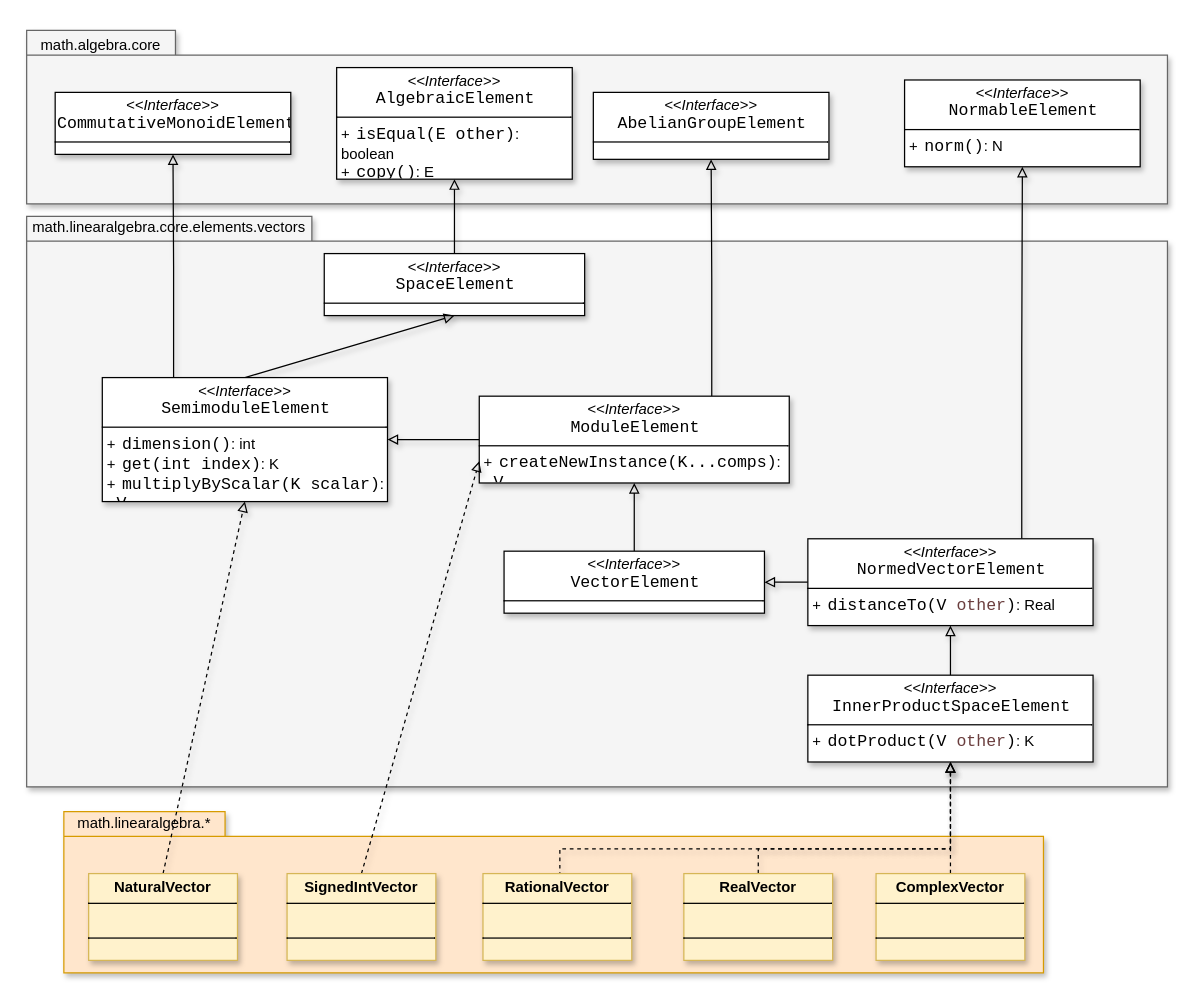
gom9000/SMFN keeps this draw.io diagram as page "linearalgebra-vector-elements" (3 of 5) of resources/SMFN.drawio. Above is the earlier version. Source tidied: cells renumbered, new cells numbered last; positions are measured from the earlier drawing's top-left corner, leaving out a move shared by most shapes. Both pictures are drawn from the tidied source at 124%, with x=0, y=0 at pixel (26, 26).
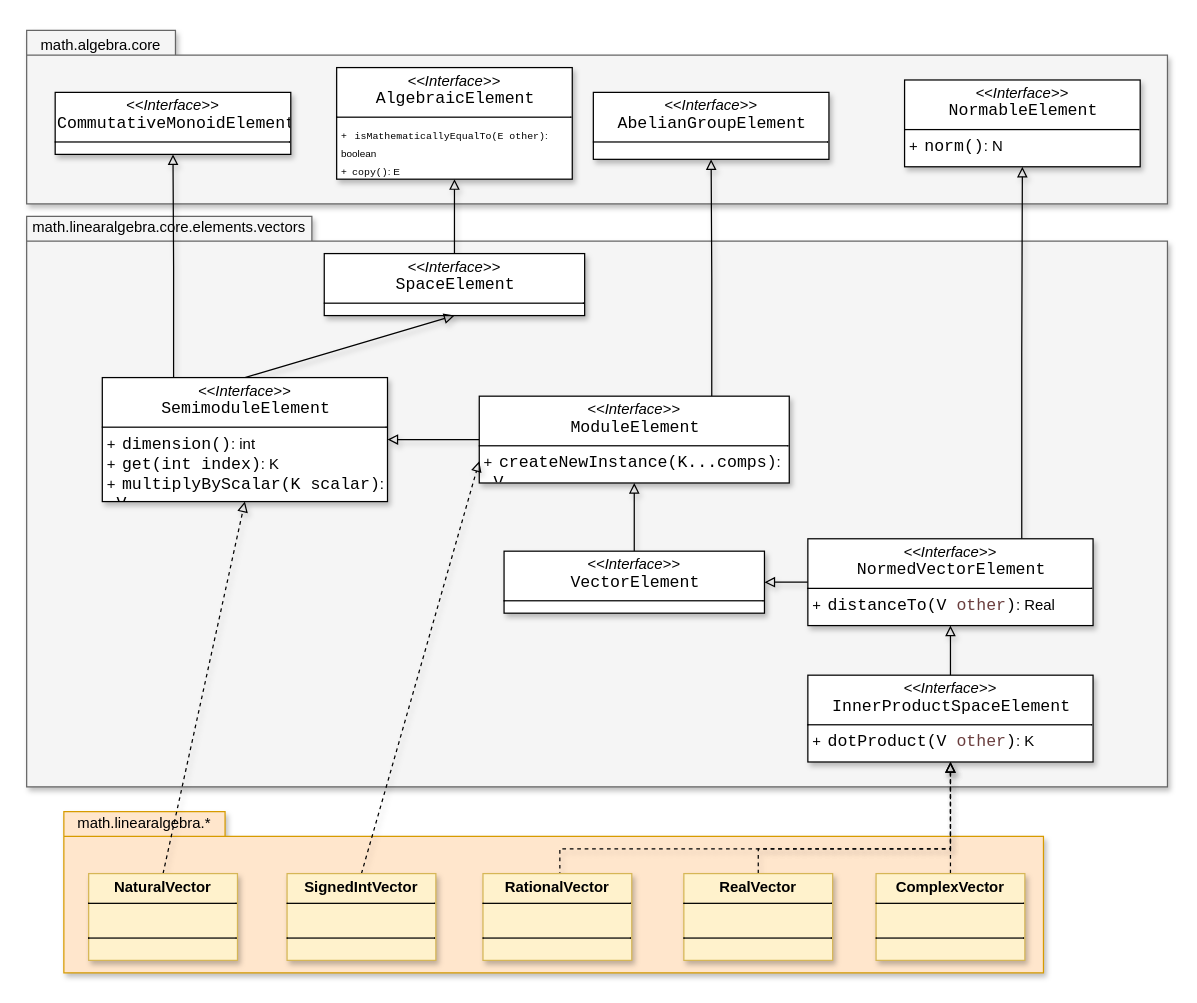
After the change.

Change to the diagram source:
```diff
@@
-    <mxCell id="7" value="&lt;p style=&quot;margin:0px;margin-top:4px;text-align:center;&quot;&gt;&lt;i&gt;&amp;lt;&amp;lt;Interface&amp;gt;&amp;gt;&lt;/i&gt;&lt;br&gt;&lt;span style=&quot;padding: 0px 0px 0px 2px;&quot;&gt;&lt;span style=&quot;font-family: Consolas; font-size: 10pt; white-space: pre;&quot;&gt;&lt;span style=&quot;&quot;&gt;AlgebraicElement&lt;/span&gt;&lt;/span&gt;&lt;/span&gt;&lt;/p&gt;&lt;hr size=&quot;1&quot; style=&quot;border-style:solid;&quot;&gt;&lt;p style=&quot;margin:0px;margin-left:4px;&quot;&gt;&lt;/p&gt;&lt;p style=&quot;margin:0px;margin-left:4px;&quot;&gt;+&amp;nbsp;&lt;span style=&quot;padding: 0px 0px 0px 2px;&quot;&gt;&lt;span style=&quot;font-family: Consolas; font-size: 10pt; white-space: pre;&quot;&gt;&lt;span style=&quot;&quot;&gt;isEqual&lt;/span&gt;(E &lt;span style=&quot;text-decoration-color: rgb(0, 102, 204);&quot;&gt;&lt;font style=&quot;color: rgb(0, 0, 0);&quot;&gt;other&lt;/font&gt;&lt;/span&gt;)&lt;/span&gt;&lt;/span&gt;: boolean&lt;br&gt;+&amp;nbsp;&lt;span style=&quot;padding: 0px 0px 0px 2px;&quot;&gt;&lt;span style=&quot;font-family: Consolas; font-size: 10pt; white-space: pre;&quot;&gt;copy()&lt;/span&gt;&lt;/span&gt;: E&lt;/p&gt;" style="verticalAlign=top;align=left;overflow=fill;html=1;whiteSpace=wrap;labelBackgroundColor=none;shadow=1;" parent="1" vertex="1">
+    <mxCell id="7" value="&lt;p style=&quot;margin:0px;margin-top:4px;text-align:center;&quot;&gt;&lt;i&gt;&amp;lt;&amp;lt;Interface&amp;gt;&amp;gt;&lt;/i&gt;&lt;br&gt;&lt;span style=&quot;padding: 0px 0px 0px 2px;&quot;&gt;&lt;span style=&quot;font-family: Consolas; font-size: 10pt; white-space: pre;&quot;&gt;&lt;span style=&quot;&quot;&gt;AlgebraicElement&lt;/span&gt;&lt;/span&gt;&lt;/span&gt;&lt;/p&gt;&lt;hr size=&quot;1&quot; style=&quot;border-style:solid;&quot;&gt;&lt;p style=&quot;margin:0px;margin-left:4px;&quot;&gt;&lt;/p&gt;&lt;p style=&quot;margin:0px;margin-left:4px;&quot;&gt;&lt;font style=&quot;font-size: 8px;&quot;&gt;+&amp;nbsp;&lt;span style=&quot;padding: 0px 0px 0px 2px;&quot;&gt;&lt;span style=&quot;background-color:#ffffff;padding:0px 0px 0px 2px;&quot;&gt;&lt;span style=&quot;font-family: Consolas; white-space-collapse: preserve;&quot;&gt;isMathematicallyEqualTo&lt;/span&gt;&lt;/span&gt;&lt;span style=&quot;font-family: Consolas; white-space: pre;&quot;&gt;(E &lt;span style=&quot;text-decoration-color: rgb(0, 102, 204);&quot;&gt;&lt;font style=&quot;color: rgb(0, 0, 0);&quot;&gt;other&lt;/font&gt;&lt;/span&gt;)&lt;/span&gt;&lt;/span&gt;: boolean&lt;br&gt;+&amp;nbsp;&lt;span style=&quot;padding: 0px 0px 0px 2px;&quot;&gt;&lt;span style=&quot;font-family: Consolas; white-space: pre;&quot;&gt;copy()&lt;/span&gt;&lt;/span&gt;: E&lt;/font&gt;&lt;/p&gt;" style="verticalAlign=top;align=left;overflow=fill;html=1;whiteSpace=wrap;labelBackgroundColor=none;shadow=1;" parent="1" vertex="1">
       <mxGeometry x="250" y="33" width="190" height="90" as="geometry" />
     </mxCell>
```
